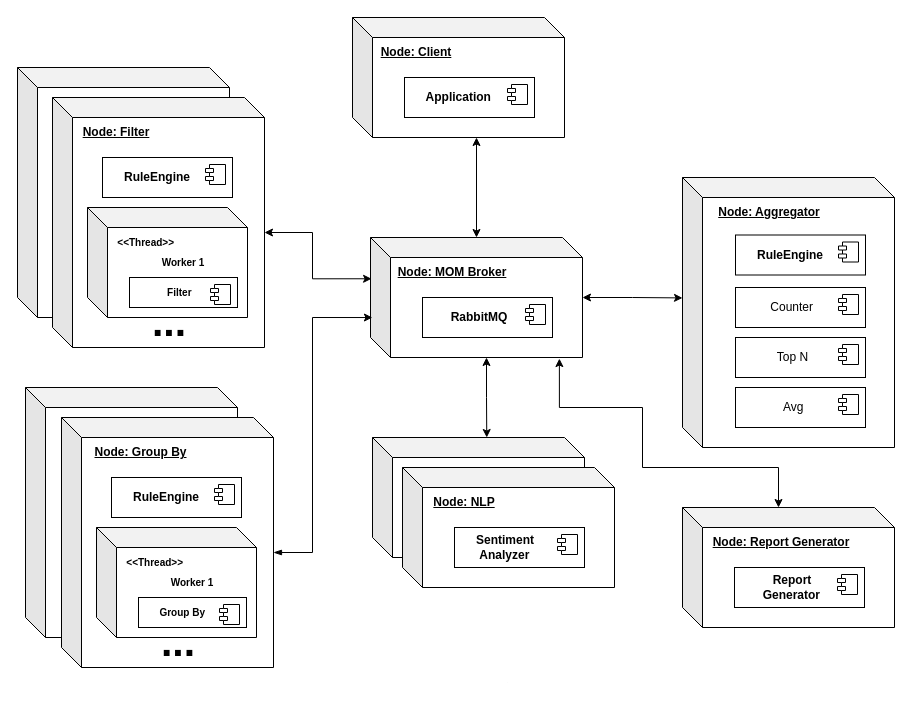
rafaelputaro/tp1-7574 keeps this draw.io diagram as page "Página-2" (2 of 2) of documents/diagrama-despliegue.drawio. Above is the earlier version. Source tidied: cells renumbered, new cells numbered last; positions are measured from the earlier drawing's top-left corner, leaving out a move shared by most shapes. Both pictures are drawn from the tidied source at 100%, with x=0, y=0 at pixel (17, 17).
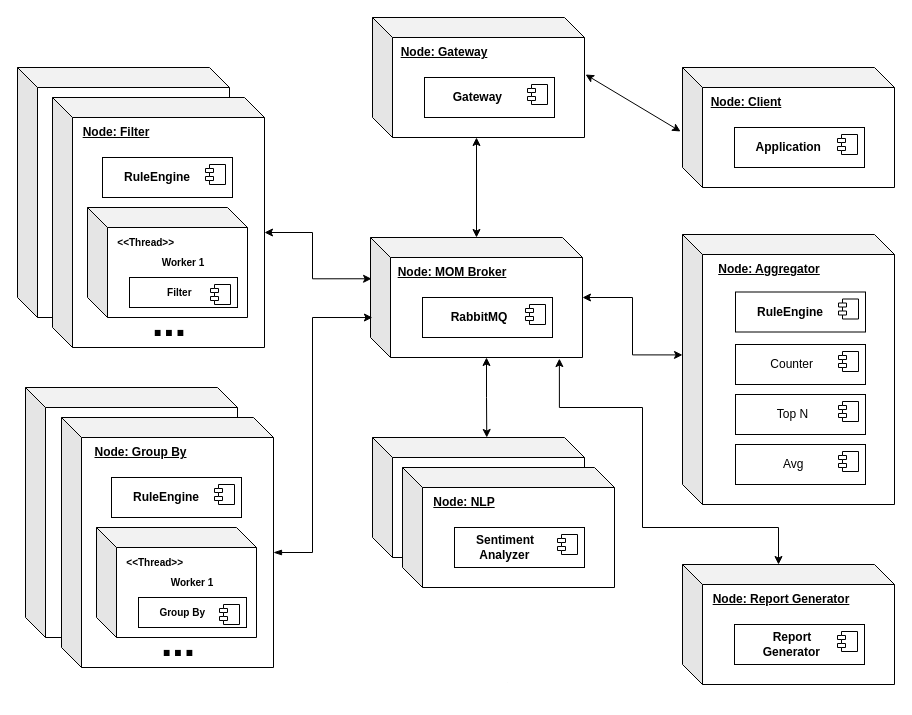
The same diagram, later.

The change refers to these unchanged cells:
```xml
<mxCell id="6" style="shape=cube;whiteSpace=wrap;html=1;boundedLbl=1;backgroundOutline=1;darkOpacity=0.05;darkOpacity2=0.1;" parent="1" vertex="1">
  <mxGeometry x="353" y="220" width="212" height="120" as="geometry" />
</mxCell>
```

The edit, as a diff of the source:
```diff
@@
     <mxCell id="10" style="shape=cube;whiteSpace=wrap;html=1;boundedLbl=1;backgroundOutline=1;darkOpacity=0.05;darkOpacity2=0.1;" parent="1" vertex="1">
-      <mxGeometry x="335" width="212" height="120" as="geometry" />
+      <mxGeometry x="665" y="50" width="212" height="120" as="geometry" />
     </mxCell>
     <mxCell id="11" value="&lt;div style=&quot;&quot;&gt;&lt;b style=&quot;background-color: transparent; color: light-dark(rgb(0, 0, 0), rgb(255, 255, 255));&quot;&gt;&lt;u&gt;Node: Client&lt;/u&gt;&lt;/b&gt;&lt;/div&gt;" style="text;html=1;align=center;verticalAlign=middle;whiteSpace=wrap;rounded=0;" parent="1" vertex="1">
-      <mxGeometry x="353" y="20" width="92" height="30" as="geometry" />
+      <mxGeometry x="683" y="70" width="92" height="30" as="geometry" />
     </mxCell>
     <mxCell id="12" value="&lt;b&gt;&amp;nbsp; &amp;nbsp; &amp;nbsp; Application&lt;/b&gt;" style="html=1;whiteSpace=wrap;align=left;" parent="1" vertex="1">
-      <mxGeometry x="387" y="60" width="130" height="40" as="geometry" />
+      <mxGeometry x="717" y="110" width="130" height="40" as="geometry" />
     </mxCell>
@@
     <mxCell id="41" style="shape=cube;whiteSpace=wrap;html=1;boundedLbl=1;backgroundOutline=1;darkOpacity=0.05;darkOpacity2=0.1;" parent="1" vertex="1">
-      <mxGeometry x="665" y="160" width="212" height="270" as="geometry" />
+      <mxGeometry x="665" y="217" width="212" height="270" as="geometry" />
     </mxCell>
     <mxCell id="42" value="&lt;b&gt;&lt;u&gt;Node: Aggregator&lt;/u&gt;&lt;/b&gt;" style="text;html=1;align=center;verticalAlign=middle;whiteSpace=wrap;rounded=0;" parent="1" vertex="1">
-      <mxGeometry x="688" y="180" width="128" height="30" as="geometry" />
+      <mxGeometry x="688" y="237" width="128" height="30" as="geometry" />
     </mxCell>
     <mxCell id="43" value="&lt;b&gt;&amp;nbsp; &amp;nbsp; &amp;nbsp; RuleEngine&lt;/b&gt;" style="html=1;whiteSpace=wrap;align=left;" parent="1" vertex="1">
-      <mxGeometry x="718" y="217.5" width="130" height="40" as="geometry" />
+      <mxGeometry x="718" y="274.5" width="130" height="40" as="geometry" />
     </mxCell>
@@
     <mxCell id="45" value="&amp;nbsp; &amp;nbsp; &amp;nbsp; &amp;nbsp; &amp;nbsp; &amp;nbsp; Top N" style="html=1;whiteSpace=wrap;align=left;" parent="1" vertex="1">
-      <mxGeometry x="718" y="320" width="130" height="40" as="geometry" />
+      <mxGeometry x="718" y="377" width="130" height="40" as="geometry" />
     </mxCell>
@@
     <mxCell id="47" value="&amp;nbsp; &amp;nbsp; &amp;nbsp; &amp;nbsp; &amp;nbsp; Counter" style="html=1;whiteSpace=wrap;align=left;" parent="1" vertex="1">
-      <mxGeometry x="718" y="270" width="130" height="40" as="geometry" />
+      <mxGeometry x="718" y="327" width="130" height="40" as="geometry" />
     </mxCell>
@@
     <mxCell id="49" value="&amp;nbsp; &amp;nbsp; &amp;nbsp; &amp;nbsp; &amp;nbsp; &amp;nbsp; &amp;nbsp; Avg" style="html=1;whiteSpace=wrap;align=left;" parent="1" vertex="1">
-      <mxGeometry x="718" y="370" width="130" height="40" as="geometry" />
+      <mxGeometry x="718" y="427" width="130" height="40" as="geometry" />
     </mxCell>
@@
     <mxCell id="52" style="shape=cube;whiteSpace=wrap;html=1;boundedLbl=1;backgroundOutline=1;darkOpacity=0.05;darkOpacity2=0.1;" parent="1" vertex="1">
-      <mxGeometry x="665" y="490" width="212" height="120" as="geometry" />
+      <mxGeometry x="665" y="547" width="212" height="120" as="geometry" />
     </mxCell>
     <mxCell id="53" value="&lt;div style=&quot;&quot;&gt;&lt;b style=&quot;background-color: transparent; color: light-dark(rgb(0, 0, 0), rgb(255, 255, 255));&quot;&gt;&lt;u&gt;Node: Report Generator&lt;/u&gt;&lt;/b&gt;&lt;/div&gt;" style="text;html=1;align=center;verticalAlign=middle;whiteSpace=wrap;rounded=0;" parent="1" vertex="1">
-      <mxGeometry x="683" y="510" width="162" height="30" as="geometry" />
+      <mxGeometry x="683" y="567" width="162" height="30" as="geometry" />
     </mxCell>
     <mxCell id="54" value="&lt;b&gt;&amp;nbsp; &amp;nbsp; &amp;nbsp; &amp;nbsp; &amp;nbsp; &amp;nbsp;Report&amp;nbsp;&lt;/b&gt;&lt;div&gt;&lt;b&gt;&amp;nbsp; &amp;nbsp; &amp;nbsp; &amp;nbsp; Generator&lt;/b&gt;&lt;/div&gt;" style="html=1;whiteSpace=wrap;align=left;" parent="1" vertex="1">
-      <mxGeometry x="717" y="550" width="130" height="40" as="geometry" />
+      <mxGeometry x="717" y="607" width="130" height="40" as="geometry" />
     </mxCell>
@@
     <mxCell id="56" style="edgeStyle=orthogonalEdgeStyle;rounded=0;jettySize=auto;html=1;exitX=0;exitY=0;exitDx=96;exitDy=0;exitPerimeter=0;entryX=0.891;entryY=1.009;entryDx=0;entryDy=0;entryPerimeter=0;startArrow=classic;startFill=1;" parent="1" edge="1" source="52" target="6">
       <mxGeometry relative="1" as="geometry">
         <Array as="points">
-          <mxPoint x="761" y="450" />
-          <mxPoint x="625" y="450" />
+          <mxPoint x="761" y="510" />
+          <mxPoint x="625" y="510" />
           <mxPoint x="625" y="390" />
           <mxPoint x="542" y="390" />
         </Array>
       </mxGeometry>
     </mxCell>
@@
+    <mxCell id="58" style="shape=cube;whiteSpace=wrap;html=1;boundedLbl=1;backgroundOutline=1;darkOpacity=0.05;darkOpacity2=0.1;" parent="1" vertex="1">
+      <mxGeometry x="355" width="212" height="120" as="geometry" />
+    </mxCell>
+    <mxCell id="59" value="&lt;div style=&quot;&quot;&gt;&lt;b style=&quot;background-color: transparent; color: light-dark(rgb(0, 0, 0), rgb(255, 255, 255));&quot;&gt;&lt;u&gt;Node: Gateway&lt;/u&gt;&lt;/b&gt;&lt;/div&gt;" style="text;html=1;align=center;verticalAlign=middle;whiteSpace=wrap;rounded=0;" parent="1" vertex="1">
+      <mxGeometry x="381" y="20" width="92" height="30" as="geometry" />
+    </mxCell>
+    <mxCell id="60" value="&lt;b&gt;&lt;span style=&quot;white-space: pre;&quot;&gt;&#9;&lt;/span&gt;Gateway&lt;/b&gt;" style="html=1;whiteSpace=wrap;align=left;" parent="1" vertex="1">
+      <mxGeometry x="407" y="60" width="130" height="40" as="geometry" />
+    </mxCell>
+    <mxCell id="61" style="shape=module;jettyWidth=8;jettyHeight=4;" parent="60" vertex="1">
+      <mxGeometry x="1" width="20" height="20" relative="1" as="geometry">
+        <mxPoint x="-27" y="7" as="offset" />
+      </mxGeometry>
+    </mxCell>
+    <mxCell id="62" style="endArrow=classic;startArrow=classic;html=1;rounded=0;exitX=1.005;exitY=0.475;exitDx=0;exitDy=0;exitPerimeter=0;entryX=-0.009;entryY=0.533;entryDx=0;entryDy=0;entryPerimeter=0;" parent="1" edge="1" source="58" target="10">
+      <mxGeometry relative="1" as="geometry" />
+    </mxCell>
```
